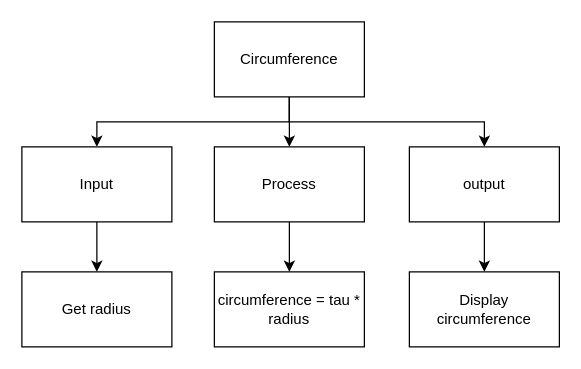
The draw.io diagram page "Top Down" (2 of 2) of design.drawio in Samuel-Webster-178/ICS3U-Assignment-05-Python, before the edit. Source tidied: cells renumbered, new cells numbered last; positions are measured from the earlier drawing's top-left corner, leaving out a move shared by most shapes. Both pictures are drawn from the tidied source at 125%, with x=0, y=0 at pixel (21, 21).
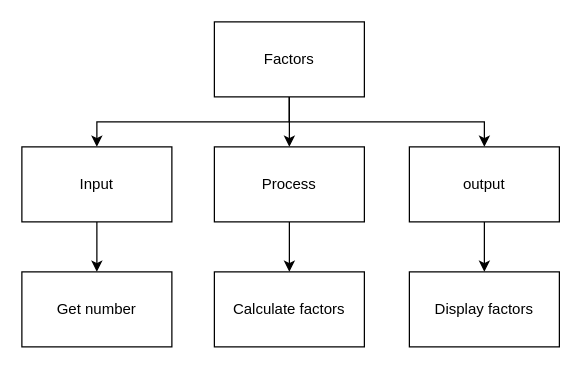
After the change.

Diff of the diagram source:
```diff
@@
 <mxGraphModel>
   <root>
     <mxCell id="0" />
     <mxCell id="1" parent="0" />
     <mxCell id="2" style="edgeStyle=none;html=1;" parent="1" edge="1" source="5" target="9">
       <mxGeometry relative="1" as="geometry" />
     </mxCell>
     <mxCell id="3" style="edgeStyle=orthogonalEdgeStyle;html=1;entryX=0.5;entryY=0;entryDx=0;entryDy=0;rounded=0;" parent="1" edge="1" source="5" target="7">
       <mxGeometry relative="1" as="geometry">
         <Array as="points">
           <mxPoint x="214" y="80" />
           <mxPoint x="60" y="80" />
         </Array>
       </mxGeometry>
     </mxCell>
     <mxCell id="4" style="edgeStyle=orthogonalEdgeStyle;html=1;entryX=0.5;entryY=0;entryDx=0;entryDy=0;rounded=0;" parent="1" edge="1" source="5" target="11">
       <mxGeometry relative="1" as="geometry">
         <Array as="points">
           <mxPoint x="214" y="80" />
           <mxPoint x="370" y="80" />
         </Array>
       </mxGeometry>
     </mxCell>
-    <mxCell id="5" value="Circumference" style="rounded=0;whiteSpace=wrap;html=1;" parent="1" vertex="1">
+    <mxCell id="5" value="Factors" style="rounded=0;whiteSpace=wrap;html=1;" parent="1" vertex="1">
       <mxGeometry x="154" width="120" height="60" as="geometry" />
     </mxCell>
     <mxCell id="6" style="edgeStyle=orthogonalEdgeStyle;rounded=0;html=1;" parent="1" edge="1" source="7" target="12">
       <mxGeometry relative="1" as="geometry" />
     </mxCell>
     <mxCell id="7" value="Input" style="rounded=0;whiteSpace=wrap;html=1;" parent="1" vertex="1">
       <mxGeometry y="100" width="120" height="60" as="geometry" />
     </mxCell>
     <mxCell id="8" style="edgeStyle=orthogonalEdgeStyle;rounded=0;html=1;" parent="1" edge="1" source="9" target="13">
       <mxGeometry relative="1" as="geometry" />
     </mxCell>
     <mxCell id="9" value="Process" style="rounded=0;whiteSpace=wrap;html=1;" parent="1" vertex="1">
       <mxGeometry x="154" y="100" width="120" height="60" as="geometry" />
     </mxCell>
     <mxCell id="10" style="edgeStyle=orthogonalEdgeStyle;rounded=0;html=1;" parent="1" edge="1" source="11" target="14">
       <mxGeometry relative="1" as="geometry" />
     </mxCell>
     <mxCell id="11" value="output" style="rounded=0;whiteSpace=wrap;html=1;" parent="1" vertex="1">
       <mxGeometry x="310" y="100" width="120" height="60" as="geometry" />
     </mxCell>
-    <mxCell id="12" value="Get radius" style="rounded=0;whiteSpace=wrap;html=1;" parent="1" vertex="1">
+    <mxCell id="12" value="Get number" style="rounded=0;whiteSpace=wrap;html=1;" parent="1" vertex="1">
       <mxGeometry y="200" width="120" height="60" as="geometry" />
     </mxCell>
-    <mxCell id="13" value="circumference = tau * radius" style="rounded=0;whiteSpace=wrap;html=1;" parent="1" vertex="1">
+    <mxCell id="13" value="Calculate factors" style="rounded=0;whiteSpace=wrap;html=1;" parent="1" vertex="1">
       <mxGeometry x="154" y="200" width="120" height="60" as="geometry" />
     </mxCell>
-    <mxCell id="14" value="Display circumference" style="rounded=0;whiteSpace=wrap;html=1;" parent="1" vertex="1">
+    <mxCell id="14" value="Display factors" style="rounded=0;whiteSpace=wrap;html=1;" parent="1" vertex="1">
       <mxGeometry x="310" y="200" width="120" height="60" as="geometry" />
     </mxCell>
   </root>
 </mxGraphModel>
```
